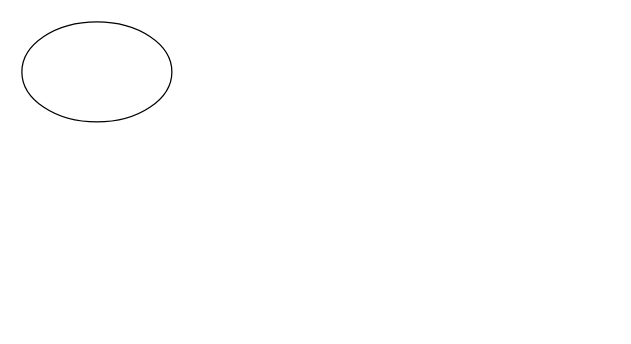
Above: 未命名绘图.drawio in GoodDream01/nm-serial (draw.io), before the change. Source tidied: cells renumbered, new cells numbered last; positions are measured from the earlier drawing's top-left corner, leaving out a move shared by most shapes. Both pictures are drawn from the tidied source at 125%, with x=0, y=0 at pixel (21, 21).
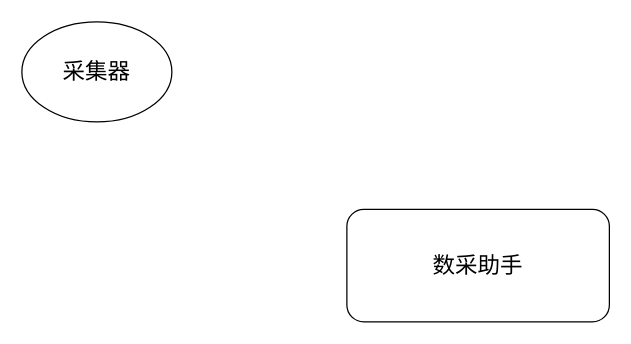
After the change.

Commit message (it also covers changes not shown here):
更新未命名绘图.drawio

The edit, as a diff of the source:
```diff
@@
 <mxGraphModel>
   <root>
     <mxCell id="0" />
     <mxCell id="1" parent="0" />
-    <mxCell id="2" style="ellipse;whiteSpace=wrap;html=1;" parent="1" vertex="1">
+    <mxCell id="2" value="&lt;font style=&quot;font-size: 18px;&quot;&gt;采集器&lt;/font&gt;" style="ellipse;whiteSpace=wrap;html=1;" parent="1" vertex="1">
       <mxGeometry width="120" height="80" as="geometry" />
     </mxCell>
+    <mxCell id="3" value="&lt;font style=&quot;font-size: 18px;&quot;&gt;数采助手&lt;/font&gt;" style="rounded=1;whiteSpace=wrap;html=1;" parent="1" vertex="1">
+      <mxGeometry x="260" y="150" width="210" height="90" as="geometry" />
+    </mxCell>
   </root>
 </mxGraphModel>
```
